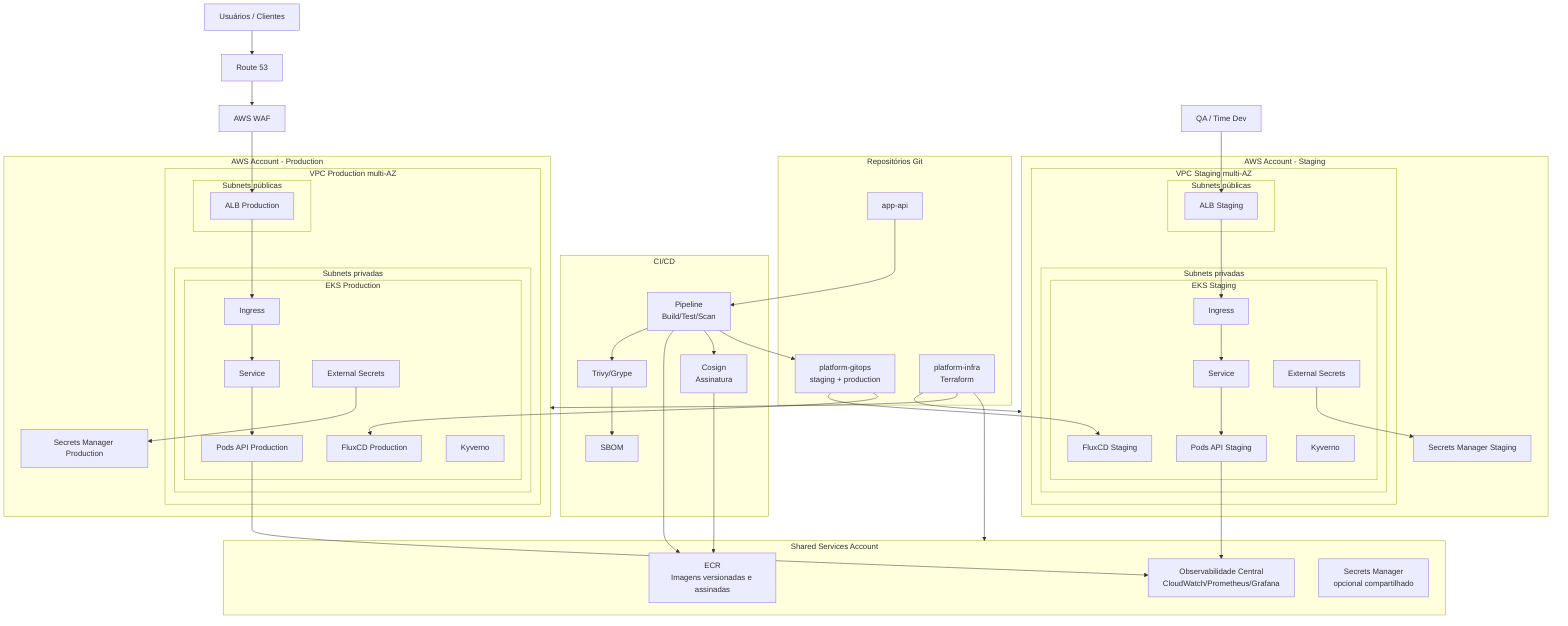
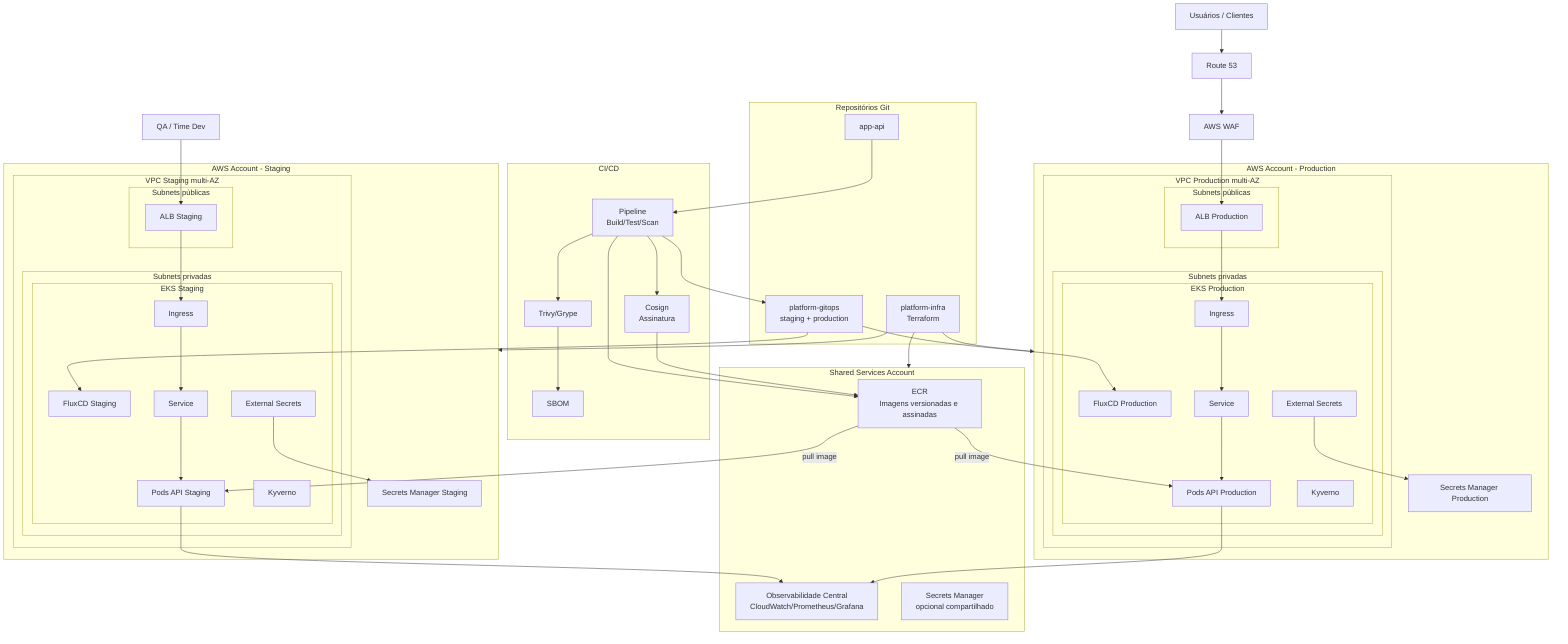
flowchart TB
    user[Usuários / Clientes] --> r53[Route 53]
    r53 --> waf[AWS WAF]
    waf --> albprod[ALB Production]

    qa[QA / Time Dev] --> albstg[ALB Staging]

    subgraph git[Repositórios Git]
        apprepo[app-api]
        gitops[platform-gitops<br>staging + production]
        infra[platform-infra<br>Terraform]
    end

    subgraph cicd[CI/CD]
        pipeline[Pipeline<br>Build/Test/Scan]
        trivy[Trivy/Grype]
        sbom[SBOM]
        cosign[Cosign<br>Assinatura]
    end

    subgraph shared[Shared Services Account]
        ecr[ECR<br>Imagens versionadas e assinadas]
        obs[Observabilidade Central<br>CloudWatch/Prometheus/Grafana]
        secretsShared[Secrets Manager<br>opcional compartilhado]
    end

    subgraph staging[AWS Account - Staging]
        subgraph vpcstg[VPC Staging multi-AZ]
            subgraph pubstg[Subnets públicas]
                albstg
            end
            subgraph privstg[Subnets privadas]
                subgraph eksstg[EKS Staging]
                    fluxstg[FluxCD Staging]
                    ingstg[Ingress]
                    svcstg[Service]
                    podstg[Pods API Staging]
                    esostg[External Secrets]
                    kyvstg[Kyverno]
                end
            end
        end
        secstg[Secrets Manager Staging]
    end

    subgraph production[AWS Account - Production]
        subgraph vpcprod[VPC Production multi-AZ]
            subgraph pubprod[Subnets públicas]
                albprod
            end
            subgraph privprod[Subnets privadas]
                subgraph eksprod[EKS Production]
                    fluxprod[FluxCD Production]
                    ingprod[Ingress]
                    svcprod[Service]
                    podsprod[Pods API Production]
                    esoprod[External Secrets]
                    kyvprod[Kyverno]
                end
            end
        end
        secprod[Secrets Manager Production]
    end

    apprepo --> pipeline
    pipeline --> trivy --> sbom
    pipeline --> ecr
    pipeline --> cosign --> ecr
    pipeline --> gitops

    gitops --> fluxstg
    gitops --> fluxprod

    albstg --> ingstg --> svcstg --> podstg
    albprod --> ingprod --> svcprod --> podsprod

    esostg --> secstg
    esoprod --> secprod

    podstg --> obs
    podsprod --> obs

    infra --> staging
    infra --> production
-     infra --> shared+     infra --> shared
+ 
+     ecr -->|pull image| podstg
+     ecr -->|pull image| podsprod